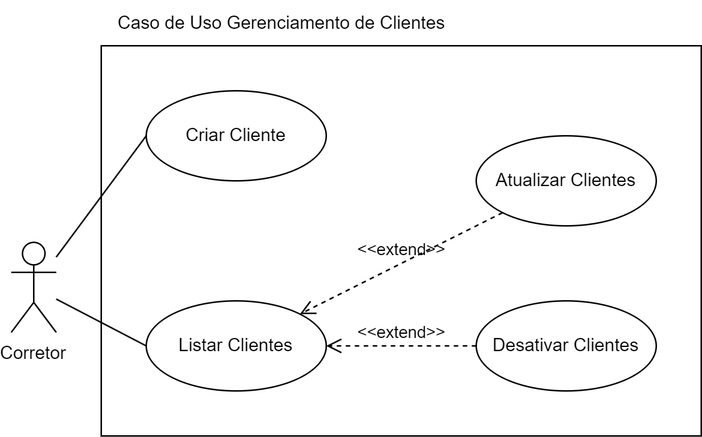
The draw.io diagram diagrams/casos_de_uso/png/uc_gerenciamento_clientes.drawio.png in israel-bsi/realtyhub, before a commit. Source tidied: cells renumbered, new cells last; positions are measured from the earlier drawing's top-left corner, leaving out a move shared by most shapes.
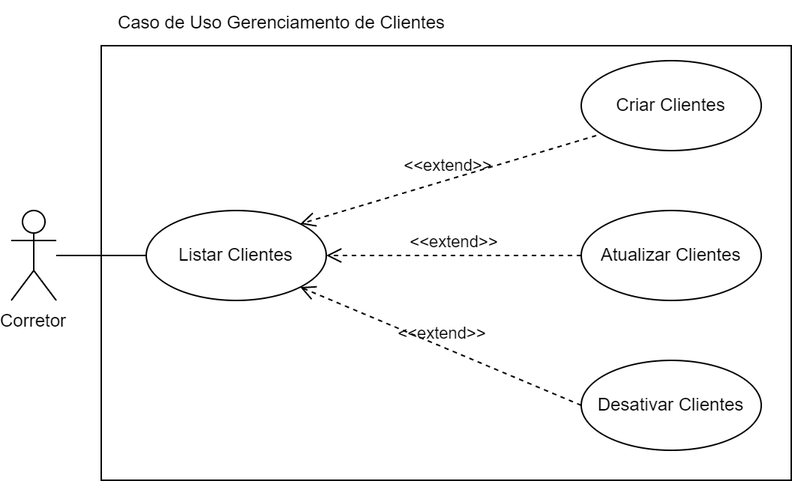
After the change.

Change to the diagram source:
```diff
@@ -2,30 +2,27 @@
   <root>
     <mxCell id="0" />
     <mxCell id="1" parent="0" />
-    <mxCell id="2" style="rounded=0;whiteSpace=wrap;html=1;" parent="1" vertex="1">
-      <mxGeometry x="60" y="30" width="400" height="260" as="geometry" />
-    </mxCell>
+    <mxCell id="13" style="rounded=0;whiteSpace=wrap;html=1;" parent="1" vertex="1">
+      <mxGeometry x="580" y="-380" width="460" height="290" as="geometry" />
+    </mxCell>
-    <mxCell id="3" value="&amp;lt;&amp;lt;extend&amp;gt;&amp;gt;" style="endArrow=open;startArrow=none;endFill=0;startFill=0;endSize=8;html=1;verticalAlign=bottom;dashed=1;labelBackgroundColor=none;rounded=0;exitX=0;exitY=0.5;exitDx=0;exitDy=0;entryX=1;entryY=0.5;entryDx=0;entryDy=0;" parent="1" edge="1" source="8" target="6">
+    <mxCell id="3" value="&amp;lt;&amp;lt;extend&amp;gt;&amp;gt;" style="endArrow=open;startArrow=none;endFill=0;startFill=0;endSize=8;html=1;verticalAlign=bottom;dashed=1;labelBackgroundColor=none;rounded=0;exitX=0;exitY=0.5;exitDx=0;exitDy=0;entryX=1;entryY=1;entryDx=0;entryDy=0;" parent="1" edge="1" source="8" target="6">
       <mxGeometry relative="1" as="geometry" />
     </mxCell>
     <mxCell id="4" value="Corretor" style="shape=umlActor;verticalLabelPosition=bottom;verticalAlign=top;" parent="1" vertex="1">
-      <mxGeometry y="161" width="30" height="60" as="geometry" />
+      <mxGeometry x="520" y="-270" width="30" height="60" as="geometry" />
     </mxCell>
-    <mxCell id="5" value="Criar Cliente" style="ellipse;whiteSpace=wrap;html=1;" parent="1" vertex="1">
-      <mxGeometry x="90" y="60" width="120" height="60" as="geometry" />
-    </mxCell>
+    <mxCell id="14" value="Criar Clientes" style="ellipse;whiteSpace=wrap;html=1;" parent="1" vertex="1">
+      <mxGeometry x="900" y="-370" width="120" height="60" as="geometry" />
+    </mxCell>
     <mxCell id="6" value="Listar Clientes" style="ellipse;whiteSpace=wrap;html=1;" parent="1" vertex="1">
-      <mxGeometry x="90" y="200" width="120" height="60" as="geometry" />
+      <mxGeometry x="610" y="-270" width="120" height="60" as="geometry" />
     </mxCell>
     <mxCell id="7" value="Atualizar Clientes" style="ellipse;whiteSpace=wrap;html=1;" parent="1" vertex="1">
-      <mxGeometry x="310" y="90" width="120" height="60" as="geometry" />
+      <mxGeometry x="900" y="-270" width="120" height="60" as="geometry" />
     </mxCell>
     <mxCell id="8" value="Desativar Clientes" style="ellipse;whiteSpace=wrap;html=1;" parent="1" vertex="1">
-      <mxGeometry x="310" y="200" width="120" height="60" as="geometry" />
+      <mxGeometry x="900" y="-170" width="120" height="60" as="geometry" />
     </mxCell>
-    <mxCell id="9" style="endArrow=none;html=1;rounded=0;entryX=0;entryY=0.5;entryDx=0;entryDy=0;" parent="1" edge="1" source="4" target="5">
-      <mxGeometry relative="1" as="geometry" />
-    </mxCell>
     <mxCell id="10" style="endArrow=none;html=1;rounded=0;entryX=0;entryY=0.5;entryDx=0;entryDy=0;" parent="1" edge="1" source="4" target="6">
       <mxGeometry relative="1" as="geometry" />
     </mxCell>
@@ -33,7 +30,10 @@
       <mxGeometry relative="1" as="geometry" />
     </mxCell>
     <mxCell id="12" value="Caso de Uso Gerenciamento de Clientes" style="text;html=1;align=center;verticalAlign=middle;strokeColor=none;fillColor=none;" parent="1" vertex="1">
-      <mxGeometry x="60" width="240" height="30" as="geometry" />
+      <mxGeometry x="580" y="-410" width="240" height="30" as="geometry" />
     </mxCell>
+    <mxCell id="15" value="&amp;lt;&amp;lt;extend&amp;gt;&amp;gt;" style="endArrow=open;startArrow=none;endFill=0;startFill=0;endSize=8;html=1;verticalAlign=bottom;dashed=1;labelBackgroundColor=none;rounded=0;entryX=1;entryY=0;entryDx=0;entryDy=0;exitX=0.083;exitY=0.833;exitDx=0;exitDy=0;exitPerimeter=0;" parent="1" edge="1" source="14" target="6">
+      <mxGeometry relative="1" as="geometry" />
+    </mxCell>
   </root>
 </mxGraphModel>
```
